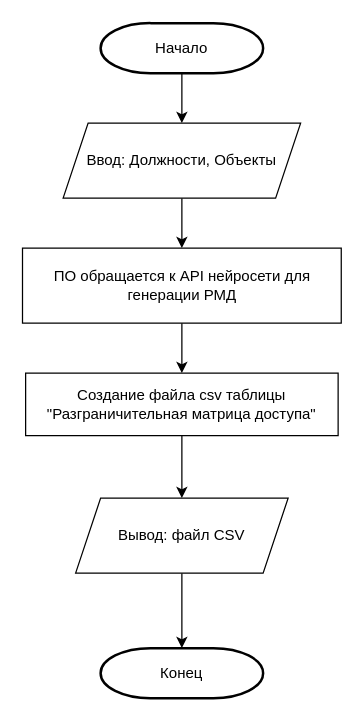
SmirnovBogdan8/Diplom keeps this draw.io diagram as Algorithm_OPZ/(4. ЧИ) 3. Алгоритм Генерация РМД.drawio. Above is the earlier version. Source tidied: cells renumbered, new cells numbered last; positions are measured from the earlier drawing's top-left corner, leaving out a move shared by most shapes. Both pictures are drawn from the tidied source at 125%, with x=0, y=0 at pixel (22, 22).
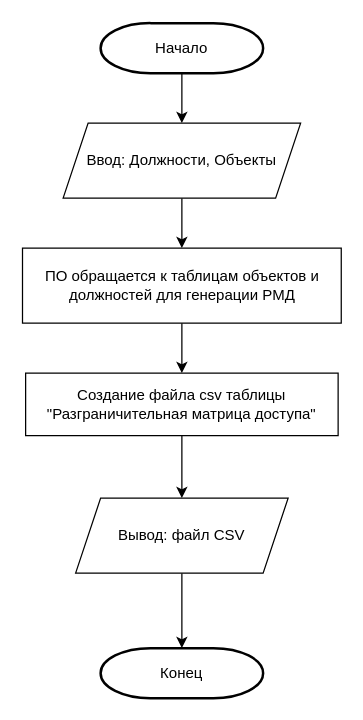
Above is the later version.

What changed in the source:
```diff
@@
 <mxGraphModel>
   <root>
     <mxCell id="0" />
     <mxCell id="1" parent="0" />
     <mxCell id="2" style="edgeStyle=orthogonalEdgeStyle;rounded=0;jettySize=auto;html=1;" parent="1" edge="1" source="3" target="6">
       <mxGeometry relative="1" as="geometry" />
     </mxCell>
     <mxCell id="3" value="Начало" style="strokeWidth=2;html=1;shape=mxgraph.flowchart.terminator;whiteSpace=wrap;" parent="1" vertex="1">
       <mxGeometry x="62" width="130" height="40" as="geometry" />
     </mxCell>
     <mxCell id="4" value="Конец" style="strokeWidth=2;html=1;shape=mxgraph.flowchart.terminator;whiteSpace=wrap;" parent="1" vertex="1">
       <mxGeometry x="62" y="500" width="130" height="40" as="geometry" />
     </mxCell>
     <mxCell id="5" style="edgeStyle=orthogonalEdgeStyle;rounded=0;jettySize=auto;html=1;" parent="1" edge="1" source="6" target="8">
       <mxGeometry relative="1" as="geometry" />
     </mxCell>
     <mxCell id="6" value="Ввод: Должности, Объекты" style="shape=parallelogram;perimeter=parallelogramPerimeter;whiteSpace=wrap;html=1;fixedSize=1;" parent="1" vertex="1">
       <mxGeometry x="32" y="80" width="190" height="60" as="geometry" />
     </mxCell>
     <mxCell id="7" style="edgeStyle=orthogonalEdgeStyle;rounded=0;jettySize=auto;html=1;" parent="1" edge="1" source="8" target="10">
       <mxGeometry relative="1" as="geometry" />
     </mxCell>
-    <mxCell id="8" value="ПО обращается к API нейросети для генерации РМД" style="rounded=0;whiteSpace=wrap;html=1;" parent="1" vertex="1">
+    <mxCell id="8" value="ПО обращается к таблицам объектов и должностей для генерации РМД" style="rounded=0;whiteSpace=wrap;html=1;" parent="1" vertex="1">
       <mxGeometry x="-0.5" y="180" width="255" height="60" as="geometry" />
     </mxCell>
     <mxCell id="9" style="edgeStyle=orthogonalEdgeStyle;rounded=0;jettySize=auto;html=1;" parent="1" edge="1" source="10" target="12">
       <mxGeometry relative="1" as="geometry" />
     </mxCell>
     <mxCell id="10" value="Создание файла csv таблицы &quot;Разграничительная матрица доступа&quot;" style="rounded=0;whiteSpace=wrap;html=1;" parent="1" vertex="1">
       <mxGeometry x="2" y="280" width="250" height="50" as="geometry" />
     </mxCell>
     <mxCell id="11" style="edgeStyle=orthogonalEdgeStyle;rounded=0;jettySize=auto;html=1;" parent="1" edge="1" source="12" target="4">
       <mxGeometry relative="1" as="geometry" />
     </mxCell>
     <mxCell id="12" value="Вывод: файл CSV" style="shape=parallelogram;perimeter=parallelogramPerimeter;whiteSpace=wrap;html=1;fixedSize=1;" parent="1" vertex="1">
       <mxGeometry x="42" y="380" width="170" height="60" as="geometry" />
     </mxCell>
   </root>
 </mxGraphModel>
```
